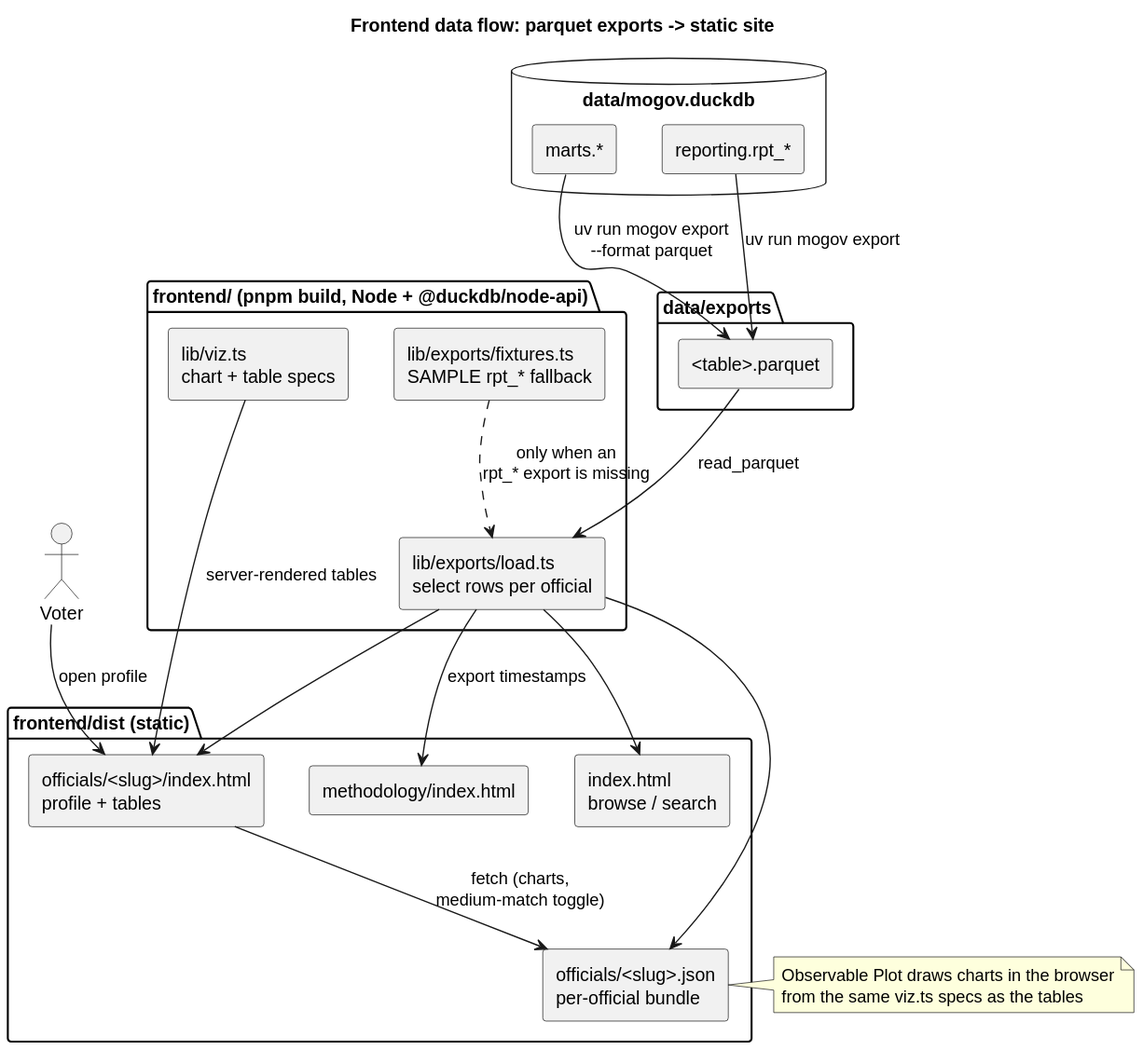
Earlier version of the PlantUML export docs/diagrams/frontend_data_flow.svg (akettmann/missouri_gov_feed). Its source is kept beside it as docs/diagrams/frontend_data_flow.puml. Source of this version:
```plantuml
@startuml frontend_data_flow
title Frontend data flow: parquet exports -> static site
skinparam componentStyle rectangle

database "data/mogov.duckdb" as wh {
  [marts.*] as marts
  [reporting.rpt_*] as rpt
}

folder "data/exports" as exports {
  [<table>.parquet] as pq
}

package "frontend/ (pnpm build, Node + @duckdb/node-api)" {
  [lib/exports/load.ts\nselect rows per official] as load
  [lib/exports/fixtures.ts\nSAMPLE rpt_* fallback] as fixtures
  [lib/viz.ts\nchart + table specs] as viz
}

folder "frontend/dist (static)" as dist {
  [index.html\nbrowse / search] as idx
  [officials/<slug>/index.html\nprofile + tables] as page
  [officials/<slug>.json\nper-official bundle] as json
  [methodology/index.html] as meth
}

actor Voter as voter

marts --> pq : uv run mogov export\n--format parquet
rpt --> pq : uv run mogov export
pq --> load : read_parquet
fixtures ..> load : only when an\nrpt_* export is missing
load --> idx
load --> page
load --> json
load --> meth : export timestamps
viz --> page : server-rendered tables
voter --> page : open profile
page --> json : fetch (charts,\nmedium-match toggle)
note right of json
  Observable Plot draws charts in the browser
  from the same viz.ts specs as the tables
end note
@enduml
```
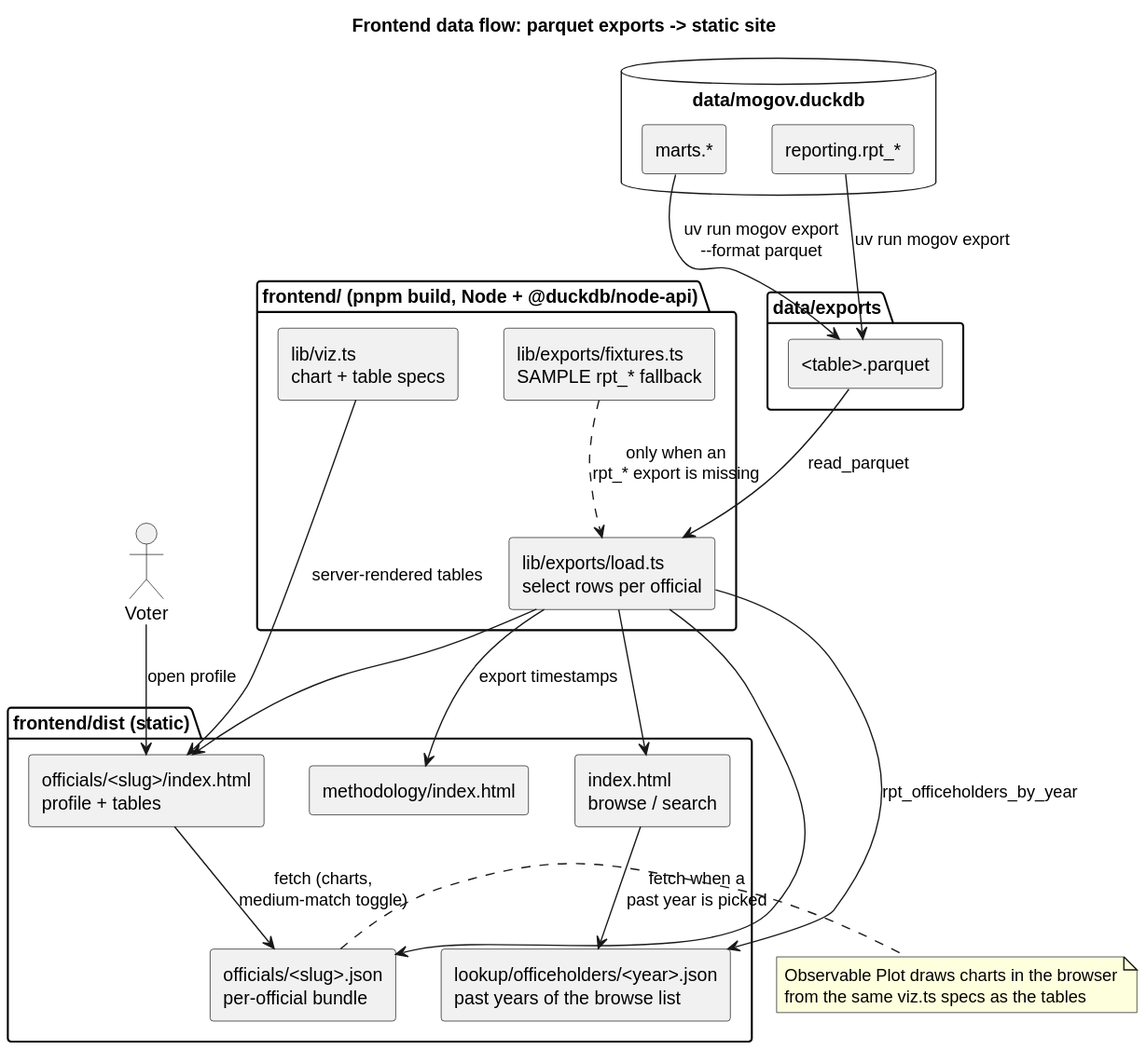
Above is the later version.

Change to the diagram source:
```diff
@@ -19,6 +19,7 @@
 
 folder "frontend/dist (static)" as dist {
   [index.html\nbrowse / search] as idx
+  [lookup/officeholders/<year>.json\npast years of the browse list] as yearjson
   [officials/<slug>/index.html\nprofile + tables] as page
   [officials/<slug>.json\nper-official bundle] as json
   [methodology/index.html] as meth
@@ -31,6 +32,8 @@
 pq --> load : read_parquet
 fixtures ..> load : only when an\nrpt_* export is missing
 load --> idx
+load --> yearjson : rpt_officeholders_by_year
+idx --> yearjson : fetch when a\npast year is picked
 load --> page
 load --> json
 load --> meth : export timestamps
```
